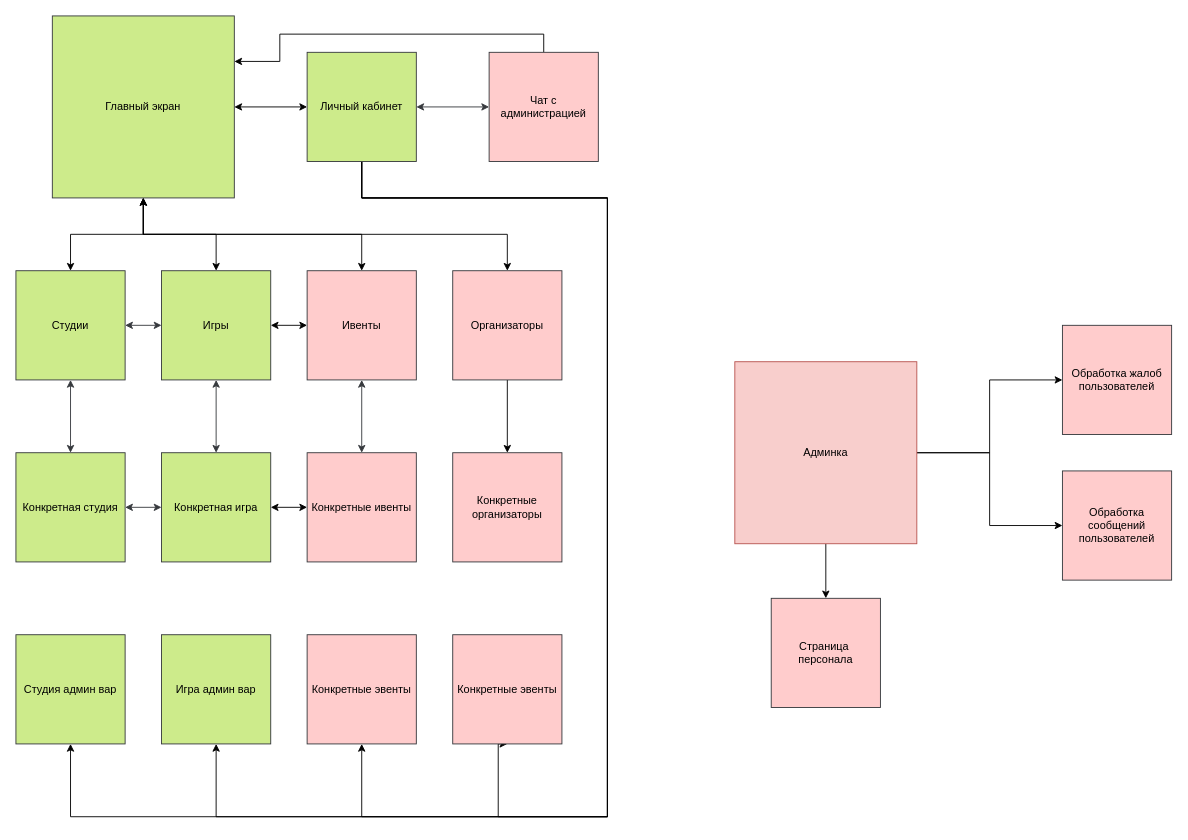
Earlier version of the draw.io diagram page "SitePageDiagram" (2 of 2) of doc/bullshit.drawio (TrondinDS/SNGGame). Source tidied: cells renumbered, new cells numbered last; positions are measured from the earlier drawing's top-left corner, leaving out a move shared by most shapes. Both pictures are drawn from the tidied source at 91%, with x=0, y=0 at pixel (15, 15).
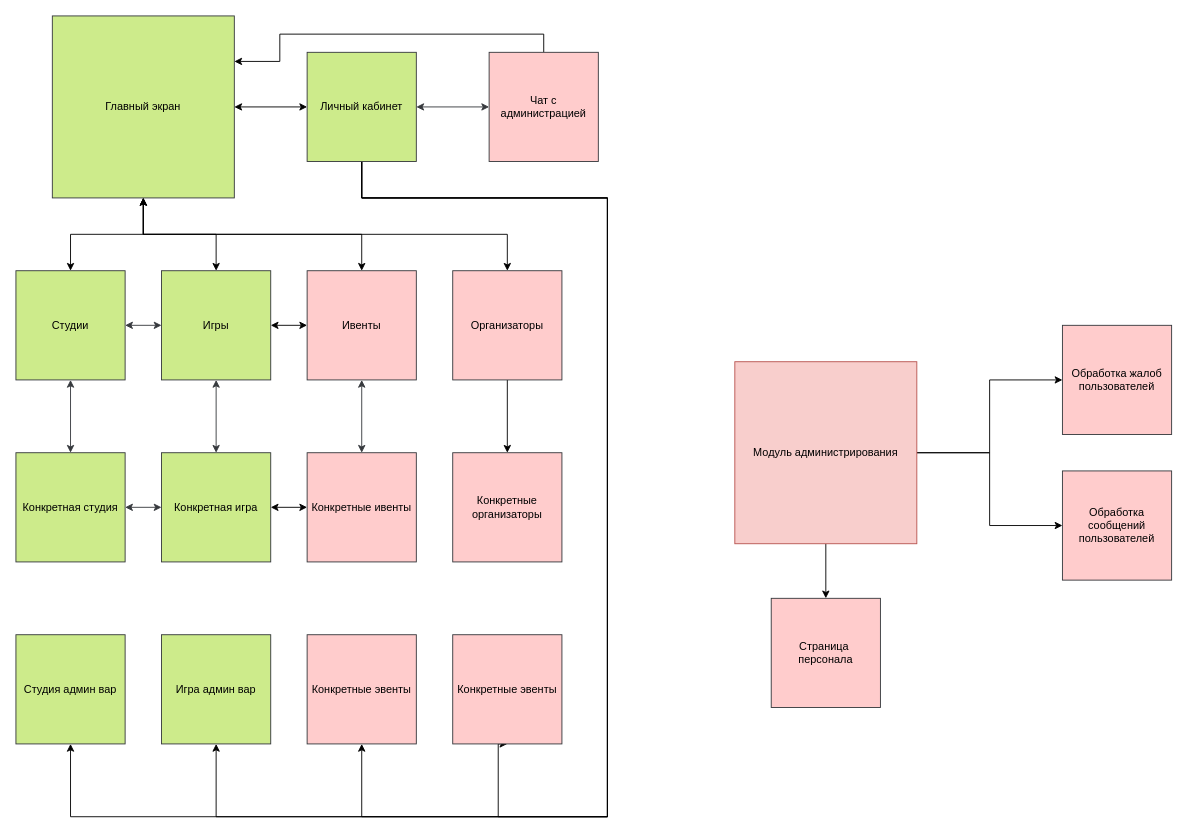
The same page after the edit.

The edit, as a diff of the source:
```diff
@@
-    <mxCell id="37" value="Админка" style="whiteSpace=wrap;html=1;fillColor=#f8cecc;strokeColor=#b85450;" parent="1" vertex="1">
+    <mxCell id="37" value="Модуль администрирования" style="whiteSpace=wrap;html=1;fillColor=#f8cecc;strokeColor=#b85450;" parent="1" vertex="1">
       <mxGeometry x="790" y="380" width="200" height="200" as="geometry" />
     </mxCell>
```
